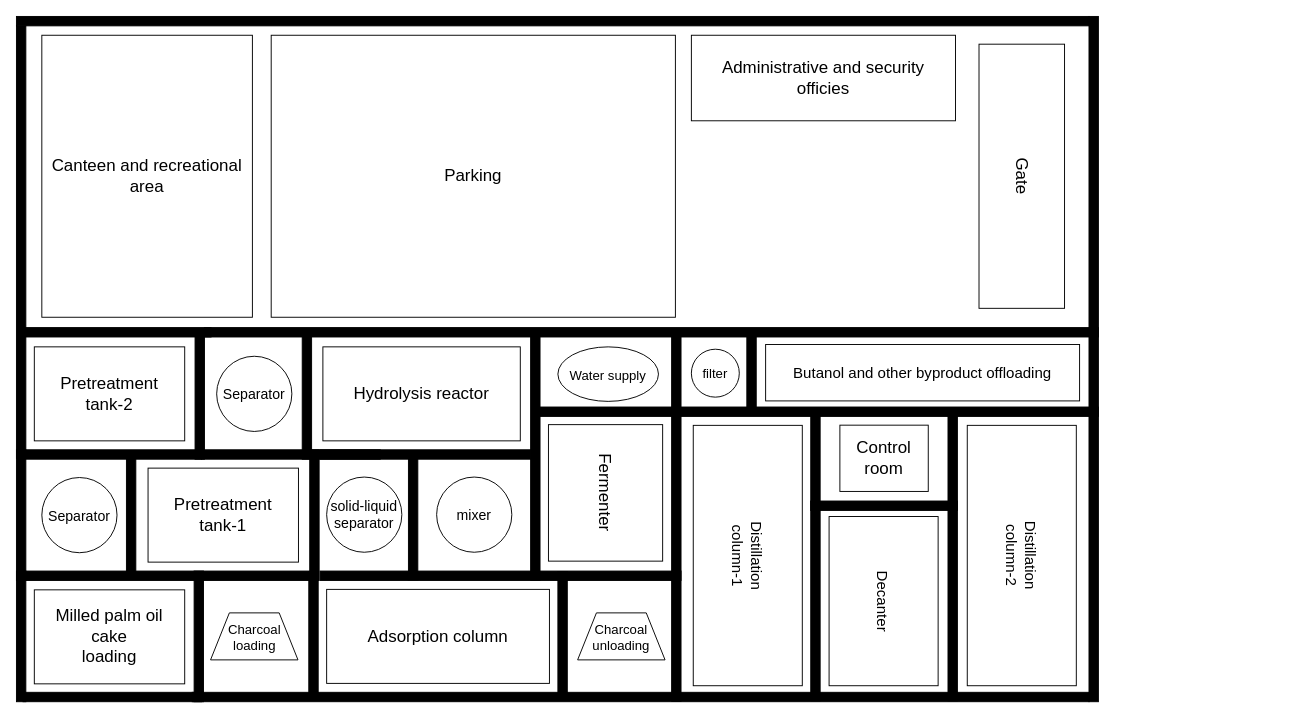
Earlier version of the draw.io diagram plant_layout.drawio (shambu2k/fyp-pfd). Source tidied: cells renumbered, new cells numbered last; positions are measured from the earlier drawing's top-left corner, leaving out a move shared by most shapes. Both pictures are drawn from the tidied source at 94%, with x=0, y=0 at pixel (16, 16).
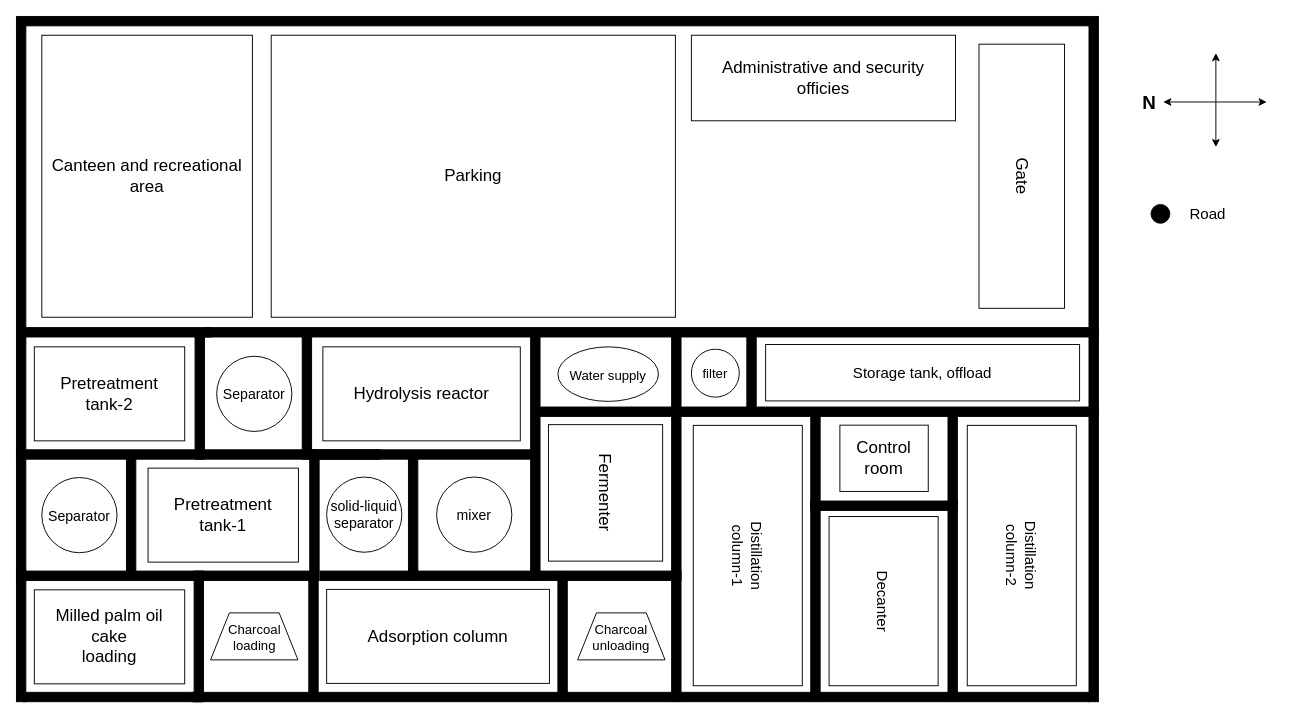
After the change.

What changed in the source:
```diff
@@
-    <mxCell id="46" value="Butanol and other byproduct offloading" style="rounded=0;whiteSpace=wrap;html=1;fontSize=16;" parent="1" vertex="1">
+    <mxCell id="46" value="Storage tank, offload" style="rounded=0;whiteSpace=wrap;html=1;fontSize=16;" parent="1" vertex="1">
       <mxGeometry x="797" y="349" width="334" height="60" as="geometry" />
     </mxCell>
@@
+    <mxCell id="54" style="ellipse;whiteSpace=wrap;html=1;fontSize=16;fillColor=#000000;" parent="1" vertex="1">
+      <mxGeometry x="1207" y="200" width="20" height="20" as="geometry" />
+    </mxCell>
+    <mxCell id="55" value="Road" style="text;html=1;align=center;verticalAlign=middle;strokeColor=none;fillColor=none;fontSize=16;" parent="1" vertex="1">
+      <mxGeometry x="1242" y="200" width="50" height="20" as="geometry" />
+    </mxCell>
+    <mxCell id="56" style="endArrow=classic;startArrow=classic;html=1;rounded=0;fontSize=16;" parent="1" edge="1">
+      <mxGeometry relative="1" as="geometry">
+        <mxPoint x="1220" y="91" as="sourcePoint" />
+        <mxPoint x="1330" y="91" as="targetPoint" />
+      </mxGeometry>
+    </mxCell>
+    <mxCell id="57" style="endArrow=classic;startArrow=classic;html=1;rounded=0;fontSize=16;" parent="1" edge="1">
+      <mxGeometry relative="1" as="geometry">
+        <mxPoint x="1276" y="39" as="sourcePoint" />
+        <mxPoint x="1276" y="139" as="targetPoint" />
+      </mxGeometry>
+    </mxCell>
+    <mxCell id="58" value="&lt;b&gt;&lt;font style=&quot;font-size: 20px&quot;&gt;N&lt;/font&gt;&lt;/b&gt;" style="text;html=1;align=center;verticalAlign=middle;strokeColor=none;fillColor=none;fontSize=16;" parent="1" vertex="1">
+      <mxGeometry x="1190" y="76" width="30" height="30" as="geometry" />
+    </mxCell>
```
